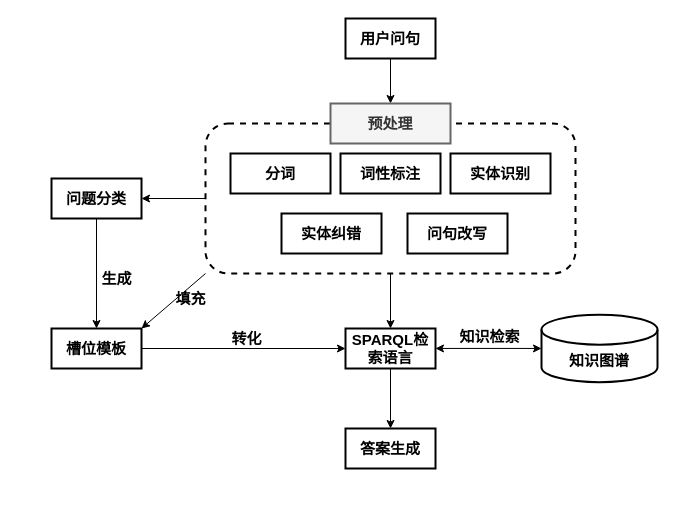
This is QA_sys_build.drawio from junchaoIU/Diagrams_library, a draw.io file, before an edit. Source tidied: cells renumbered, new cells numbered last; positions are measured from the earlier drawing's top-left corner, leaving out a move shared by most shapes. Both pictures are drawn from the tidied source at 100%, with x=0, y=0 at pixel (51, 18).
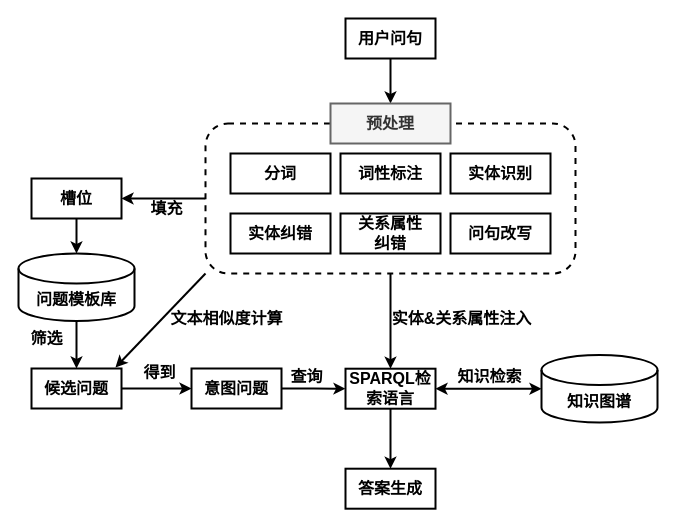
Above is the later version.

What changed in the source:
```diff
@@
-    <mxCell id="2" style="edgeStyle=orthogonalEdgeStyle;rounded=0;jettySize=auto;html=1;exitX=0.5;exitY=1;exitDx=0;exitDy=0;entryX=0.5;entryY=0;entryDx=0;entryDy=0;fontSize=15;" parent="1" edge="1" source="5" target="19">
+    <mxCell id="2" style="edgeStyle=orthogonalEdgeStyle;rounded=0;jettySize=auto;html=1;exitX=0.5;exitY=1;exitDx=0;exitDy=0;entryX=0.5;entryY=0;entryDx=0;entryDy=0;fontSize=16;strokeWidth=2;" parent="1" edge="1" source="5" target="19">
       <mxGeometry relative="1" as="geometry" />
     </mxCell>
-    <mxCell id="3" style="edgeStyle=orthogonalEdgeStyle;rounded=0;jettySize=auto;html=1;exitX=0;exitY=0.5;exitDx=0;exitDy=0;fontSize=15;startArrow=none;startFill=0;strokeWidth=1;" parent="1" edge="1" source="5" target="12">
+    <mxCell id="3" style="edgeStyle=orthogonalEdgeStyle;rounded=0;jettySize=auto;html=1;exitX=0;exitY=0.5;exitDx=0;exitDy=0;fontSize=16;startArrow=none;startFill=0;strokeWidth=2;" parent="1" edge="1" source="5" target="12">
       <mxGeometry relative="1" as="geometry" />
     </mxCell>
-    <mxCell id="4" style="rounded=0;jettySize=auto;html=1;exitX=0;exitY=1;exitDx=0;exitDy=0;entryX=1;entryY=0;entryDx=0;entryDy=0;fontSize=15;startArrow=none;startFill=0;strokeWidth=1;" parent="1" edge="1" source="5" target="17">
+    <mxCell id="4" style="rounded=0;jettySize=auto;html=1;exitX=0;exitY=1;exitDx=0;exitDy=0;entryX=0.933;entryY=-0.025;entryDx=0;entryDy=0;fontSize=16;startArrow=none;startFill=0;strokeWidth=2;entryPerimeter=0;" parent="1" edge="1" source="5" target="31">
       <mxGeometry relative="1" as="geometry" />
     </mxCell>
-    <mxCell id="5" style="rounded=1;whiteSpace=wrap;html=1;fontSize=15;strokeWidth=2;dashed=1;" parent="1" vertex="1">
+    <mxCell id="5" style="rounded=1;whiteSpace=wrap;html=1;fontSize=16;strokeWidth=2;dashed=1;" parent="1" vertex="1">
       <mxGeometry x="154" y="105" width="370" height="150" as="geometry" />
     </mxCell>
-    <mxCell id="6" style="edgeStyle=orthogonalEdgeStyle;rounded=0;jettySize=auto;html=1;exitX=0.5;exitY=1;exitDx=0;exitDy=0;fontSize=15;startArrow=none;startFill=0;" parent="1" edge="1" source="7" target="15">
+    <mxCell id="6" style="edgeStyle=orthogonalEdgeStyle;rounded=0;jettySize=auto;html=1;exitX=0.5;exitY=1;exitDx=0;exitDy=0;fontSize=16;startArrow=none;startFill=0;strokeWidth=2;" parent="1" edge="1" source="7" target="15">
       <mxGeometry relative="1" as="geometry" />
     </mxCell>
-    <mxCell id="7" value="&lt;font style=&quot;font-size: 15px&quot;&gt;&lt;b&gt;用户问句&lt;/b&gt;&lt;/font&gt;" style="rounded=0;whiteSpace=wrap;html=1;strokeWidth=2;" parent="1" vertex="1">
+    <mxCell id="7" value="&lt;font style=&quot;font-size: 16px;&quot;&gt;&lt;b style=&quot;font-size: 16px;&quot;&gt;用户问句&lt;/b&gt;&lt;/font&gt;" style="rounded=0;whiteSpace=wrap;html=1;strokeWidth=2;fontSize=16;" parent="1" vertex="1">
       <mxGeometry x="294" width="90" height="40" as="geometry" />
     </mxCell>
-    <mxCell id="8" value="&lt;b&gt;分词&lt;/b&gt;" style="rounded=0;whiteSpace=wrap;html=1;fontSize=15;strokeWidth=2;" parent="1" vertex="1">
+    <mxCell id="8" value="&lt;b style=&quot;font-size: 16px;&quot;&gt;分词&lt;/b&gt;" style="rounded=0;whiteSpace=wrap;html=1;fontSize=16;strokeWidth=2;" parent="1" vertex="1">
       <mxGeometry x="179" y="135" width="100" height="40" as="geometry" />
     </mxCell>
-    <mxCell id="9" value="&lt;b&gt;词性标注&lt;/b&gt;" style="rounded=0;whiteSpace=wrap;html=1;fontSize=15;strokeWidth=2;" parent="1" vertex="1">
+    <mxCell id="9" value="&lt;b style=&quot;font-size: 16px;&quot;&gt;词性标注&lt;/b&gt;" style="rounded=0;whiteSpace=wrap;html=1;fontSize=16;strokeWidth=2;" parent="1" vertex="1">
       <mxGeometry x="289" y="135" width="100" height="40" as="geometry" />
     </mxCell>
-    <mxCell id="10" value="&lt;b&gt;实体识别&lt;/b&gt;" style="rounded=0;whiteSpace=wrap;html=1;fontSize=15;strokeWidth=2;" parent="1" vertex="1">
+    <mxCell id="10" value="&lt;b style=&quot;font-size: 16px;&quot;&gt;实体识别&lt;/b&gt;" style="rounded=0;whiteSpace=wrap;html=1;fontSize=16;strokeWidth=2;" parent="1" vertex="1">
       <mxGeometry x="399" y="135" width="100" height="40" as="geometry" />
     </mxCell>
-    <mxCell id="11" style="edgeStyle=orthogonalEdgeStyle;rounded=0;jettySize=auto;html=1;exitX=0.5;exitY=1;exitDx=0;exitDy=0;fontSize=15;" parent="1" edge="1" source="12" target="17">
+    <mxCell id="11" style="edgeStyle=orthogonalEdgeStyle;rounded=0;jettySize=auto;html=1;exitX=0.5;exitY=1;exitDx=0;exitDy=0;fontSize=16;strokeWidth=2;entryX=0.5;entryY=0;entryDx=0;entryDy=0;entryPerimeter=0;" parent="1" edge="1" source="12" target="29">
       <mxGeometry relative="1" as="geometry" />
     </mxCell>
-    <mxCell id="12" value="&lt;font style=&quot;font-size: 15px&quot;&gt;&lt;b&gt;问题分类&lt;/b&gt;&lt;/font&gt;" style="rounded=0;whiteSpace=wrap;html=1;strokeWidth=2;" parent="1" vertex="1">
-      <mxGeometry y="160" width="90" height="40" as="geometry" />
+    <mxCell id="12" value="&lt;font style=&quot;font-size: 16px&quot;&gt;&lt;b style=&quot;font-size: 16px&quot;&gt;槽位&lt;/b&gt;&lt;/font&gt;" style="rounded=0;whiteSpace=wrap;html=1;strokeWidth=2;fontSize=16;" parent="1" vertex="1">
+      <mxGeometry x="-20" y="160" width="90" height="40" as="geometry" />
     </mxCell>
-    <mxCell id="13" value="&lt;b&gt;实体纠错&lt;/b&gt;" style="rounded=0;whiteSpace=wrap;html=1;fontSize=15;strokeWidth=2;" parent="1" vertex="1">
-      <mxGeometry x="230" y="195" width="100" height="40" as="geometry" />
+    <mxCell id="13" value="&lt;b style=&quot;font-size: 16px;&quot;&gt;实体纠错&lt;/b&gt;" style="rounded=0;whiteSpace=wrap;html=1;fontSize=16;strokeWidth=2;" parent="1" vertex="1">
+      <mxGeometry x="179" y="195" width="100" height="40" as="geometry" />
     </mxCell>
-    <mxCell id="14" value="&lt;b&gt;问句改写&lt;/b&gt;" style="rounded=0;whiteSpace=wrap;html=1;fontSize=15;strokeWidth=2;" parent="1" vertex="1">
-      <mxGeometry x="356" y="195" width="100" height="40" as="geometry" />
+    <mxCell id="14" value="&lt;b style=&quot;font-size: 16px;&quot;&gt;问句改写&lt;/b&gt;" style="rounded=0;whiteSpace=wrap;html=1;fontSize=16;strokeWidth=2;" parent="1" vertex="1">
+      <mxGeometry x="399" y="195" width="100" height="40" as="geometry" />
     </mxCell>
-    <mxCell id="15" value="&lt;b&gt;预处理&lt;/b&gt;" style="rounded=0;whiteSpace=wrap;html=1;fontSize=15;strokeWidth=2;fillColor=#f5f5f5;strokeColor=#666666;fontColor=#333333;" parent="1" vertex="1">
+    <mxCell id="15" value="&lt;b style=&quot;font-size: 16px;&quot;&gt;预处理&lt;/b&gt;" style="rounded=0;whiteSpace=wrap;html=1;fontSize=16;strokeWidth=2;fillColor=#f5f5f5;strokeColor=#666666;fontColor=#333333;" parent="1" vertex="1">
       <mxGeometry x="279" y="85" width="120" height="40" as="geometry" />
     </mxCell>
-    <mxCell id="16" style="edgeStyle=orthogonalEdgeStyle;rounded=0;jettySize=auto;html=1;exitX=1;exitY=0.5;exitDx=0;exitDy=0;entryX=0;entryY=0.5;entryDx=0;entryDy=0;fontSize=15;startArrow=none;startFill=0;strokeWidth=1;" parent="1" edge="1" source="17" target="19">
-      <mxGeometry relative="1" as="geometry" />
-    </mxCell>
-    <mxCell id="17" value="&lt;font style=&quot;font-size: 15px&quot;&gt;&lt;b&gt;槽位模板&lt;/b&gt;&lt;/font&gt;" style="rounded=0;whiteSpace=wrap;html=1;strokeWidth=2;" parent="1" vertex="1">
-      <mxGeometry y="310" width="90" height="40" as="geometry" />
-    </mxCell>
-    <mxCell id="18" style="edgeStyle=none;rounded=0;jettySize=auto;html=1;exitX=0.5;exitY=1;exitDx=0;exitDy=0;fontSize=15;startArrow=none;startFill=0;strokeWidth=1;" parent="1" edge="1" source="19" target="24">
+    <mxCell id="18" style="edgeStyle=none;rounded=0;jettySize=auto;html=1;exitX=0.5;exitY=1;exitDx=0;exitDy=0;fontSize=16;startArrow=none;startFill=0;strokeWidth=2;" parent="1" edge="1" source="19" target="24">
       <mxGeometry relative="1" as="geometry" />
     </mxCell>
-    <mxCell id="19" value="&lt;font style=&quot;font-size: 15px&quot;&gt;&lt;b&gt;SPARQL检索语言&lt;/b&gt;&lt;/font&gt;" style="rounded=0;whiteSpace=wrap;html=1;strokeWidth=2;" parent="1" vertex="1">
-      <mxGeometry x="294" y="310" width="90" height="40" as="geometry" />
+    <mxCell id="19" value="&lt;font style=&quot;font-size: 16px;&quot;&gt;&lt;b style=&quot;font-size: 16px;&quot;&gt;SPARQL检索语言&lt;/b&gt;&lt;/font&gt;" style="rounded=0;whiteSpace=wrap;html=1;strokeWidth=2;fontSize=16;" parent="1" vertex="1">
+      <mxGeometry x="294" y="350.2" width="90" height="40" as="geometry" />
     </mxCell>
-    <mxCell id="20" value="&lt;b&gt;生成&lt;/b&gt;" style="text;html=1;align=center;verticalAlign=middle;strokeColor=none;fillColor=none;fontSize=15;" parent="1" vertex="1">
-      <mxGeometry x="40" y="250" width="50" height="20" as="geometry" />
+    <mxCell id="20" value="&lt;b&gt;筛选&lt;/b&gt;" style="text;html=1;align=center;verticalAlign=middle;strokeColor=none;fillColor=none;fontSize=16;strokeWidth=2;" parent="1" vertex="1">
+      <mxGeometry x="-30" y="310" width="50" height="20" as="geometry" />
     </mxCell>
-    <mxCell id="21" value="&lt;b&gt;转化&lt;/b&gt;" style="text;html=1;align=center;verticalAlign=middle;strokeColor=none;fillColor=none;fontSize=15;" parent="1" vertex="1">
-      <mxGeometry x="170" y="310" width="50" height="20" as="geometry" />
+    <mxCell id="21" value="&lt;b style=&quot;font-size: 16px&quot;&gt;文本相似度计算&lt;/b&gt;" style="text;html=1;align=center;verticalAlign=middle;strokeColor=none;fillColor=none;fontSize=16;strokeWidth=2;" parent="1" vertex="1">
+      <mxGeometry x="110" y="290" width="130" height="20" as="geometry" />
     </mxCell>
-    <mxCell id="22" style="edgeStyle=orthogonalEdgeStyle;rounded=0;jettySize=auto;html=1;exitX=0;exitY=0.5;exitDx=0;exitDy=0;exitPerimeter=0;fontSize=15;startArrow=classic;startFill=1;" parent="1" edge="1" source="23" target="19">
+    <mxCell id="22" style="edgeStyle=orthogonalEdgeStyle;rounded=0;jettySize=auto;html=1;exitX=0;exitY=0.5;exitDx=0;exitDy=0;exitPerimeter=0;fontSize=16;startArrow=classic;startFill=1;strokeWidth=2;" parent="1" edge="1" source="23" target="19">
       <mxGeometry relative="1" as="geometry" />
     </mxCell>
-    <mxCell id="23" value="&lt;b&gt;知识图谱&lt;/b&gt;" style="shape=cylinder3;whiteSpace=wrap;html=1;boundedLbl=1;backgroundOutline=1;size=15;fontSize=15;strokeWidth=2;" parent="1" vertex="1">
-      <mxGeometry x="490" y="296.2" width="116" height="67.5" as="geometry" />
+    <mxCell id="23" value="&lt;b style=&quot;font-size: 16px;&quot;&gt;知识图谱&lt;/b&gt;" style="shape=cylinder3;whiteSpace=wrap;html=1;boundedLbl=1;backgroundOutline=1;size=15;fontSize=16;strokeWidth=2;" parent="1" vertex="1">
+      <mxGeometry x="490" y="336.5" width="116" height="67.5" as="geometry" />
     </mxCell>
-    <mxCell id="24" value="&lt;font style=&quot;font-size: 15px&quot;&gt;&lt;b&gt;答案生成&lt;/b&gt;&lt;/font&gt;" style="rounded=0;whiteSpace=wrap;html=1;strokeWidth=2;" parent="1" vertex="1">
-      <mxGeometry x="294" y="410" width="90" height="40" as="geometry" />
+    <mxCell id="24" value="&lt;font style=&quot;font-size: 16px;&quot;&gt;&lt;b style=&quot;font-size: 16px;&quot;&gt;答案生成&lt;/b&gt;&lt;/font&gt;" style="rounded=0;whiteSpace=wrap;html=1;strokeWidth=2;fontSize=16;" parent="1" vertex="1">
+      <mxGeometry x="294" y="450.2" width="90" height="40" as="geometry" />
     </mxCell>
-    <mxCell id="25" value="&lt;b&gt;知识检索&lt;/b&gt;" style="text;html=1;align=center;verticalAlign=middle;strokeColor=none;fillColor=none;fontSize=15;" parent="1" vertex="1">
-      <mxGeometry x="398" y="308" width="80" height="20" as="geometry" />
+    <mxCell id="25" value="&lt;b style=&quot;font-size: 16px;&quot;&gt;知识检索&lt;/b&gt;" style="text;html=1;align=center;verticalAlign=middle;strokeColor=none;fillColor=none;fontSize=16;strokeWidth=2;" parent="1" vertex="1">
+      <mxGeometry x="398" y="348.2" width="80" height="20" as="geometry" />
     </mxCell>
-    <mxCell id="26" value="&lt;b&gt;填充&lt;/b&gt;" style="text;html=1;align=center;verticalAlign=middle;strokeColor=none;fillColor=none;fontSize=15;" parent="1" vertex="1">
-      <mxGeometry x="114" y="270" width="50" height="20" as="geometry" />
+    <mxCell id="26" value="&lt;b style=&quot;font-size: 16px;&quot;&gt;填充&lt;/b&gt;" style="text;html=1;align=center;verticalAlign=middle;strokeColor=none;fillColor=none;fontSize=16;strokeWidth=2;" parent="1" vertex="1">
+      <mxGeometry x="90" y="180" width="50" height="20" as="geometry" />
     </mxCell>
+    <mxCell id="27" value="&lt;b style=&quot;font-size: 16px;&quot;&gt;关系属性&lt;br style=&quot;font-size: 16px;&quot;&gt;纠错&lt;br style=&quot;font-size: 16px;&quot;&gt;&lt;/b&gt;" style="rounded=0;whiteSpace=wrap;html=1;fontSize=16;strokeWidth=2;" parent="1" vertex="1">
+      <mxGeometry x="289" y="195" width="100" height="40" as="geometry" />
+    </mxCell>
+    <mxCell id="28" style="edgeStyle=orthogonalEdgeStyle;rounded=0;jettySize=auto;html=1;exitX=0.5;exitY=1;exitDx=0;exitDy=0;exitPerimeter=0;fontSize=16;strokeWidth=2;" parent="1" edge="1" source="29" target="31">
+      <mxGeometry relative="1" as="geometry" />
+    </mxCell>
+    <mxCell id="29" value="&lt;b style=&quot;font-size: 16px&quot;&gt;问题模板库&lt;/b&gt;" style="shape=cylinder3;whiteSpace=wrap;html=1;boundedLbl=1;backgroundOutline=1;size=15;fontSize=16;strokeWidth=2;" parent="1" vertex="1">
+      <mxGeometry x="-33" y="235" width="116" height="67.5" as="geometry" />
+    </mxCell>
+    <mxCell id="30" style="edgeStyle=orthogonalEdgeStyle;rounded=0;jettySize=auto;html=1;exitX=1;exitY=0.5;exitDx=0;exitDy=0;entryX=0;entryY=0.5;entryDx=0;entryDy=0;fontSize=16;strokeWidth=2;" parent="1" edge="1" source="31" target="33">
+      <mxGeometry relative="1" as="geometry" />
+    </mxCell>
+    <mxCell id="31" value="&lt;font style=&quot;font-size: 16px&quot;&gt;&lt;b style=&quot;font-size: 16px&quot;&gt;候选问题&lt;/b&gt;&lt;/font&gt;" style="rounded=0;whiteSpace=wrap;html=1;strokeWidth=2;fontSize=16;" parent="1" vertex="1">
+      <mxGeometry x="-20" y="350" width="90" height="40" as="geometry" />
+    </mxCell>
+    <mxCell id="32" style="edgeStyle=orthogonalEdgeStyle;rounded=0;jettySize=auto;html=1;exitX=1;exitY=0.5;exitDx=0;exitDy=0;fontSize=16;strokeWidth=2;" parent="1" edge="1" source="33" target="19">
+      <mxGeometry relative="1" as="geometry" />
+    </mxCell>
+    <mxCell id="33" value="&lt;font style=&quot;font-size: 16px&quot;&gt;&lt;b style=&quot;font-size: 16px&quot;&gt;意图问题&lt;/b&gt;&lt;/font&gt;" style="rounded=0;whiteSpace=wrap;html=1;strokeWidth=2;fontSize=16;" parent="1" vertex="1">
+      <mxGeometry x="140" y="350" width="90" height="40" as="geometry" />
+    </mxCell>
+    <mxCell id="34" value="&lt;b style=&quot;font-size: 16px&quot;&gt;得到&lt;/b&gt;" style="text;html=1;align=center;verticalAlign=middle;strokeColor=none;fillColor=none;fontSize=16;strokeWidth=2;" parent="1" vertex="1">
+      <mxGeometry x="83" y="343.8" width="50" height="20" as="geometry" />
+    </mxCell>
+    <mxCell id="35" value="&lt;b style=&quot;font-size: 16px&quot;&gt;查询&lt;/b&gt;" style="text;html=1;align=center;verticalAlign=middle;strokeColor=none;fillColor=none;fontSize=16;strokeWidth=2;" parent="1" vertex="1">
+      <mxGeometry x="230" y="348.2" width="50" height="20" as="geometry" />
+    </mxCell>
+    <mxCell id="36" value="&lt;b style=&quot;font-size: 16px&quot;&gt;实体&amp;amp;关系属性注入&lt;/b&gt;" style="text;html=1;align=center;verticalAlign=middle;strokeColor=none;fillColor=none;fontSize=16;strokeWidth=2;" parent="1" vertex="1">
+      <mxGeometry x="330" y="290" width="160" height="20" as="geometry" />
+    </mxCell>
```
